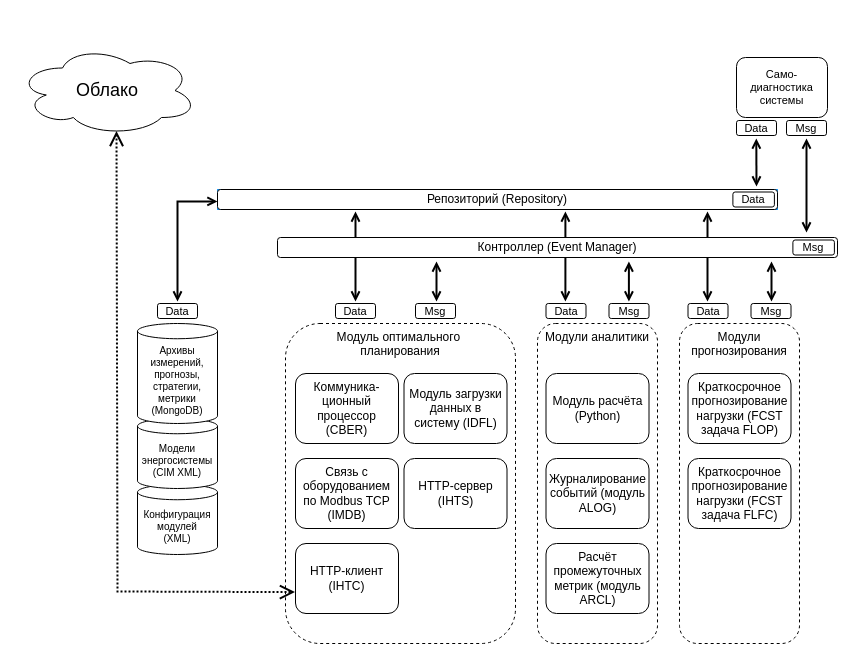
Before: Untitled Diagram.drawio in Randyrofed/DrawIO, a draw.io diagram. Source tidied: cells renumbered, new cells numbered last; positions are measured from the earlier drawing's top-left corner, leaving out a move shared by most shapes. Both pictures are drawn from the tidied source at 100%, with x=0, y=0 at pixel (17, 45).
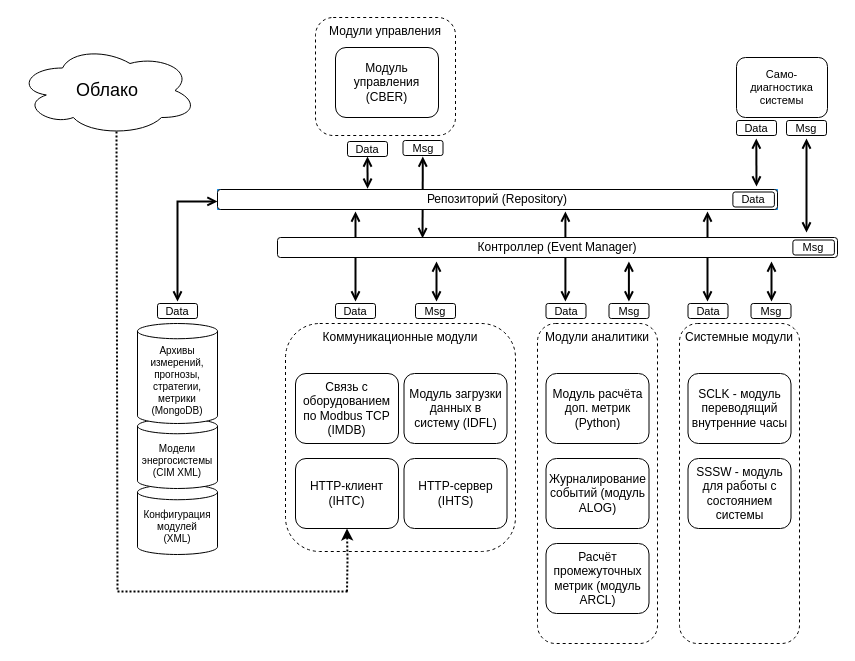
Above is the later version.

Unchanged cells that the change refers to:
```xml
<mxCell id="10" value="Облако" style="ellipse;shape=cloud;whiteSpace=wrap;html=1;fontSize=18;" parent="1" vertex="1">
  <mxGeometry width="180" height="90" as="geometry" />
</mxCell>
<mxCell id="33" value="Контроллер (Event Manager)" style="rounded=1;whiteSpace=wrap;html=1;" parent="32" vertex="1">
  <mxGeometry width="560" height="20" as="geometry" />
</mxCell>
<mxCell id="36" value="Репозиторий (Repository)" style="rounded=1;whiteSpace=wrap;html=1;" parent="35" vertex="1">
  <mxGeometry width="560" height="20" as="geometry" />
</mxCell>
```

Diff of the diagram source:
```diff
@@
+    <mxCell id="45" style="endArrow=open;startArrow=open;html=1;rounded=0;fontSize=18;startFill=0;endFill=0;strokeWidth=2;exitX=0.259;exitY=0.034;exitDx=0;exitDy=0;exitPerimeter=0;" parent="1" edge="1" source="33">
+      <mxGeometry relative="1" as="geometry">
+        <mxPoint x="405.3" y="111" as="targetPoint" />
+      </mxGeometry>
+    </mxCell>
+    <mxCell id="46" value="&lt;div style=&quot;font-size: 12px;&quot;&gt;Модули управления&lt;/div&gt;" style="rounded=1;whiteSpace=wrap;html=1;fontSize=12;align=center;verticalAlign=top;dashed=1;" parent="1" vertex="1">
+      <mxGeometry x="298" y="-28" width="140" height="118" as="geometry" />
+    </mxCell>
@@
-    <mxCell id="13" value="&lt;div style=&quot;&quot;&gt;&lt;span style=&quot;background-color: initial;&quot;&gt;&lt;font style=&quot;font-size: 12px;&quot;&gt;Модули прогнозирования&lt;/font&gt;&lt;/span&gt;&lt;br&gt;&lt;/div&gt;" style="rounded=1;whiteSpace=wrap;html=1;fontSize=11;align=center;verticalAlign=top;dashed=1;" parent="1" vertex="1">
+    <mxCell id="13" value="&lt;div style=&quot;&quot;&gt;&lt;span style=&quot;background-color: initial;&quot;&gt;&lt;font style=&quot;font-size: 12px;&quot;&gt;Системные модули&lt;/font&gt;&lt;/span&gt;&lt;br&gt;&lt;/div&gt;" style="rounded=1;whiteSpace=wrap;html=1;fontSize=11;align=center;verticalAlign=top;dashed=1;" parent="1" vertex="1">
       <mxGeometry x="662" y="278" width="120" height="320" as="geometry" />
     </mxCell>
-    <mxCell id="14" value="Краткосрочное прогнозирование нагрузки (FCST задача FLOP)" style="rounded=1;whiteSpace=wrap;html=1;fontSize=12;" parent="1" vertex="1">
+    <mxCell id="14" value="SCLK - модуль переводящий внутренние часы" style="rounded=1;whiteSpace=wrap;html=1;fontSize=12;" parent="1" vertex="1">
       <mxGeometry x="670.5" y="328" width="103" height="70" as="geometry" />
     </mxCell>
-    <mxCell id="15" value="Краткосрочное прогнозирование нагрузки (FCST задача FLFC)" style="rounded=1;whiteSpace=wrap;html=1;fontSize=12;" parent="1" vertex="1">
+    <mxCell id="15" value="SSSW - модуль для работы с состоянием системы" style="rounded=1;whiteSpace=wrap;html=1;fontSize=12;" parent="1" vertex="1">
       <mxGeometry x="670.5" y="413" width="103" height="70" as="geometry" />
     </mxCell>
@@
-    <mxCell id="19" value="Модуль расчёта (Python)" style="rounded=1;whiteSpace=wrap;html=1;fontSize=12;" parent="1" vertex="1">
+    <mxCell id="19" value="Модуль расчёта доп. метрик (Python)" style="rounded=1;whiteSpace=wrap;html=1;fontSize=12;" parent="1" vertex="1">
       <mxGeometry x="528.5" y="328" width="103" height="70" as="geometry" />
     </mxCell>
@@
-    <mxCell id="24" value="&lt;div style=&quot;font-size: 12px;&quot;&gt;&lt;font style=&quot;font-size: 12px;&quot;&gt;Модуль оптимального&amp;nbsp;&lt;/font&gt;&lt;/div&gt;&lt;div style=&quot;font-size: 12px;&quot;&gt;&lt;font style=&quot;font-size: 12px;&quot;&gt;планирования&lt;/font&gt;&lt;/div&gt;" style="rounded=1;whiteSpace=wrap;html=1;fontSize=12;align=center;verticalAlign=top;dashed=1;" parent="1" vertex="1">
-      <mxGeometry x="268" y="278" width="230" height="320" as="geometry" />
+    <mxCell id="24" value="&lt;div style=&quot;font-size: 12px;&quot;&gt;Коммуникационные модули&lt;/div&gt;" style="rounded=1;whiteSpace=wrap;html=1;fontSize=12;align=center;verticalAlign=top;dashed=1;" parent="1" vertex="1">
+      <mxGeometry x="268" y="278" width="230" height="228" as="geometry" />
     </mxCell>
+    <mxCell id="47" style="edgeStyle=orthogonalEdgeStyle;rounded=0;jettySize=auto;html=1;dashed=1;dashPattern=1 1;strokeWidth=2;" parent="1" edge="1" target="25">
+      <mxGeometry relative="1" as="geometry">
+        <mxPoint x="329.5" y="546" as="sourcePoint" />
+      </mxGeometry>
+    </mxCell>
     <mxCell id="25" value="HTTP-клиент&lt;br&gt;(IHTC)" style="rounded=1;whiteSpace=wrap;html=1;fontSize=12;" parent="1" vertex="1">
-      <mxGeometry x="278" y="498" width="103" height="70" as="geometry" />
+      <mxGeometry x="278" y="413" width="103" height="70" as="geometry" />
     </mxCell>
@@
-    <mxCell id="29" value="Коммуника-ционный процессор&lt;br&gt;(CBER)" style="rounded=1;whiteSpace=wrap;html=1;fontSize=12;" parent="1" vertex="1">
-      <mxGeometry x="278" y="328" width="103" height="70" as="geometry" />
+    <mxCell id="29" value="Модуль управления&lt;br&gt;(CBER)" style="rounded=1;whiteSpace=wrap;html=1;fontSize=12;" parent="1" vertex="1">
+      <mxGeometry x="318" y="2" width="103" height="70" as="geometry" />
     </mxCell>
     <mxCell id="30" value="Связь с оборудованием по Modbus TCP (IMDB)" style="rounded=1;whiteSpace=wrap;html=1;fontSize=12;" parent="1" vertex="1">
-      <mxGeometry x="278" y="413" width="103" height="70" as="geometry" />
+      <mxGeometry x="278" y="328" width="103" height="70" as="geometry" />
     </mxCell>
@@
-    <mxCell id="44" style="endArrow=open;startArrow=open;html=1;rounded=0;fontSize=18;fontColor=#000000;strokeColor=#000000;strokeWidth=2;entryX=0.55;entryY=0.95;entryDx=0;entryDy=0;entryPerimeter=0;exitX=-0.005;exitY=0.694;exitDx=0;exitDy=0;exitPerimeter=0;startFill=0;endFill=0;endSize=11;startSize=11;dashed=1;dashPattern=1 1;" parent="1" edge="1" source="25" target="10">
+    <mxCell id="44" style="endArrow=none;startArrow=none;html=1;rounded=0;fontSize=18;fontColor=#000000;strokeColor=#000000;strokeWidth=2;entryX=0.55;entryY=0.95;entryDx=0;entryDy=0;entryPerimeter=0;startFill=0;endFill=0;endSize=11;startSize=11;dashed=1;dashPattern=1 1;" parent="1" edge="1" target="10">
       <mxGeometry relative="1" as="geometry">
+        <mxPoint x="330" y="546" as="sourcePoint" />
         <Array as="points">
           <mxPoint x="100" y="546" />
         </Array>
       </mxGeometry>
     </mxCell>
+    <mxCell id="48" value="&lt;span style=&quot;font-size: 11px;&quot;&gt;Data&lt;/span&gt;" style="rounded=1;whiteSpace=wrap;html=1;" parent="1" vertex="1">
+      <mxGeometry x="330" y="96" width="40" height="15" as="geometry" />
+    </mxCell>
+    <mxCell id="49" style="endArrow=open;startArrow=open;html=1;rounded=0;fontSize=18;startFill=0;endFill=0;strokeWidth=2;entryX=0.5;entryY=1;entryDx=0;entryDy=0;exitX=0.268;exitY=-0.035;exitDx=0;exitDy=0;exitPerimeter=0;" parent="1" edge="1" source="36" target="48">
+      <mxGeometry relative="1" as="geometry" />
+    </mxCell>
+    <mxCell id="50" value="&lt;font style=&quot;font-size: 11px;&quot;&gt;Msg&lt;/font&gt;" style="rounded=1;whiteSpace=wrap;html=1;" parent="1" vertex="1">
+      <mxGeometry x="385.5" y="95" width="40" height="15" as="geometry" />
+    </mxCell>
```
